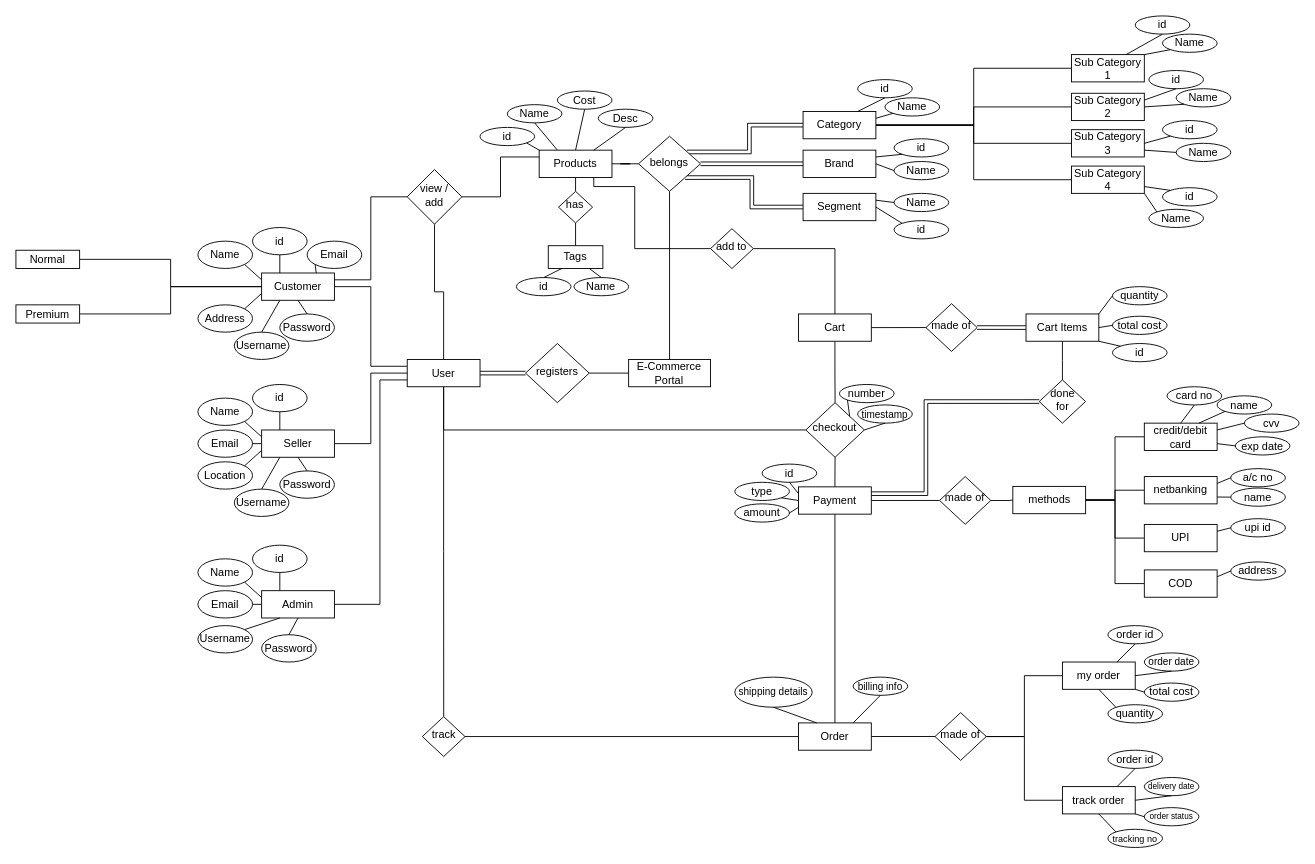
The draw.io diagram Untitled Diagram.drawio in adithkrishnan98/ECommerce-Java, before the edit. Source tidied: cells renumbered, new cells numbered last; positions are measured from the earlier drawing's top-left corner, leaving out a move shared by most shapes. Both pictures are drawn from the tidied source at 91%, with x=0, y=0 at pixel (15, 15).
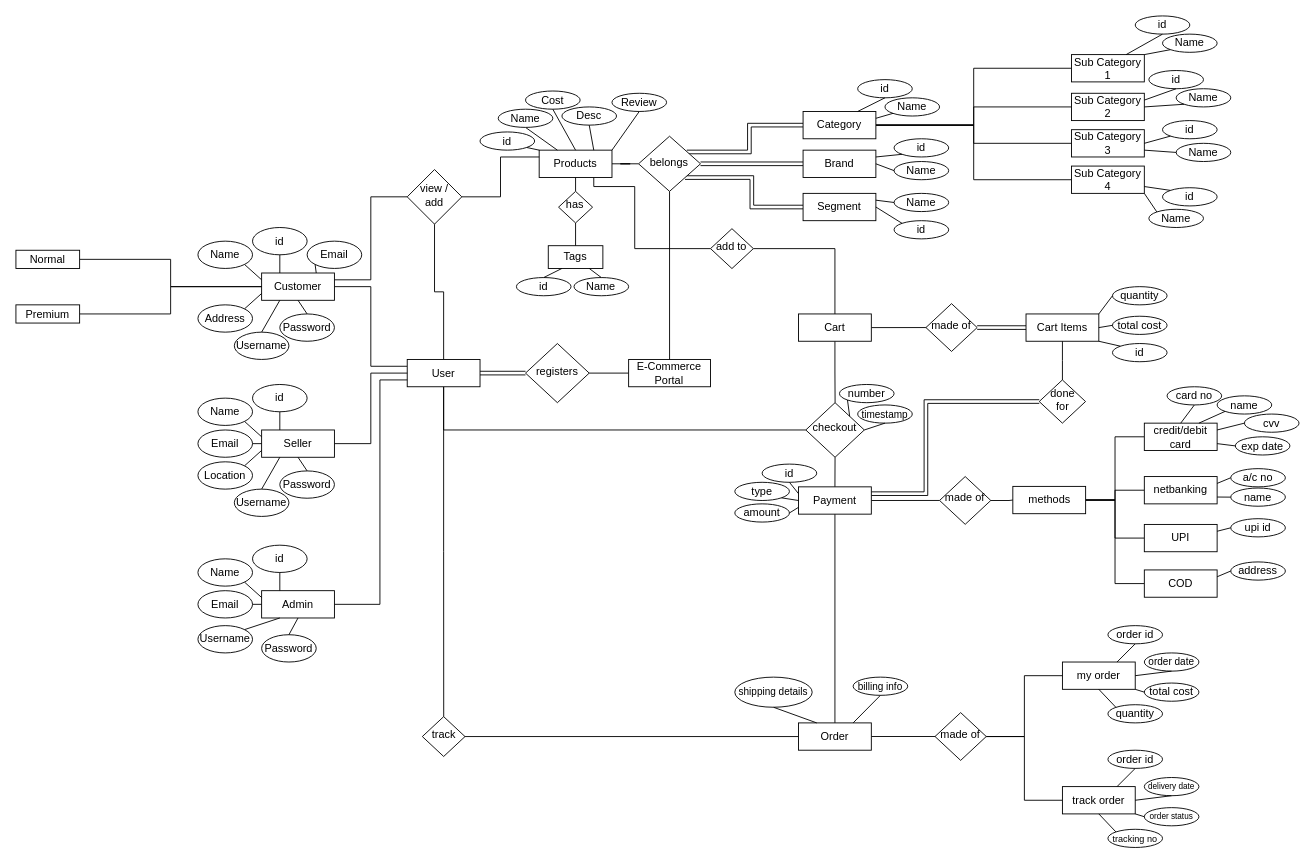
After the change.

The change refers to these unchanged cells:
```xml
<mxCell id="47" value="Products" style="rounded=0;whiteSpace=wrap;html=1;fontSize=12;glass=0;strokeWidth=1;shadow=0;" parent="1" vertex="1">
  <mxGeometry x="575" y="147.5" width="80" height="30" as="geometry" />
</mxCell>
```

What changed in the source:
```diff
@@
     <mxCell id="51" value="id" style="ellipse;whiteSpace=wrap;html=1;" parent="1" vertex="1">
-      <mxGeometry x="510" y="122.5" width="60" height="20" as="geometry" />
+      <mxGeometry x="510" y="127.5" width="60" height="20" as="geometry" />
     </mxCell>
@@
     <mxCell id="54" value="Name" style="ellipse;whiteSpace=wrap;html=1;" parent="1" vertex="1">
-      <mxGeometry x="540" y="97.5" width="60" height="20" as="geometry" />
+      <mxGeometry x="530" y="102.5" width="60" height="20" as="geometry" />
     </mxCell>
     <mxCell id="55" value="Cost" style="ellipse;whiteSpace=wrap;html=1;" parent="1" vertex="1">
-      <mxGeometry x="595" y="82.5" width="60" height="20" as="geometry" />
+      <mxGeometry x="560" y="82.5" width="60" height="20" as="geometry" />
     </mxCell>
@@
     <mxCell id="57" value="Desc" style="ellipse;whiteSpace=wrap;html=1;" parent="1" vertex="1">
-      <mxGeometry x="640" y="102.5" width="60" height="20" as="geometry" />
+      <mxGeometry x="600" y="100" width="60" height="20" as="geometry" />
     </mxCell>
@@
+    <mxCell id="208" value="Review" style="ellipse;whiteSpace=wrap;html=1;" parent="1" vertex="1">
+      <mxGeometry x="655" y="85" width="60" height="20" as="geometry" />
+    </mxCell>
+    <mxCell id="209" style="endArrow=none;html=1;entryX=0.5;entryY=1;entryDx=0;entryDy=0;exitX=1;exitY=0;exitDx=0;exitDy=0;" parent="1" edge="1" source="47" target="208">
+      <mxGeometry relative="1" as="geometry" />
+    </mxCell>
```
